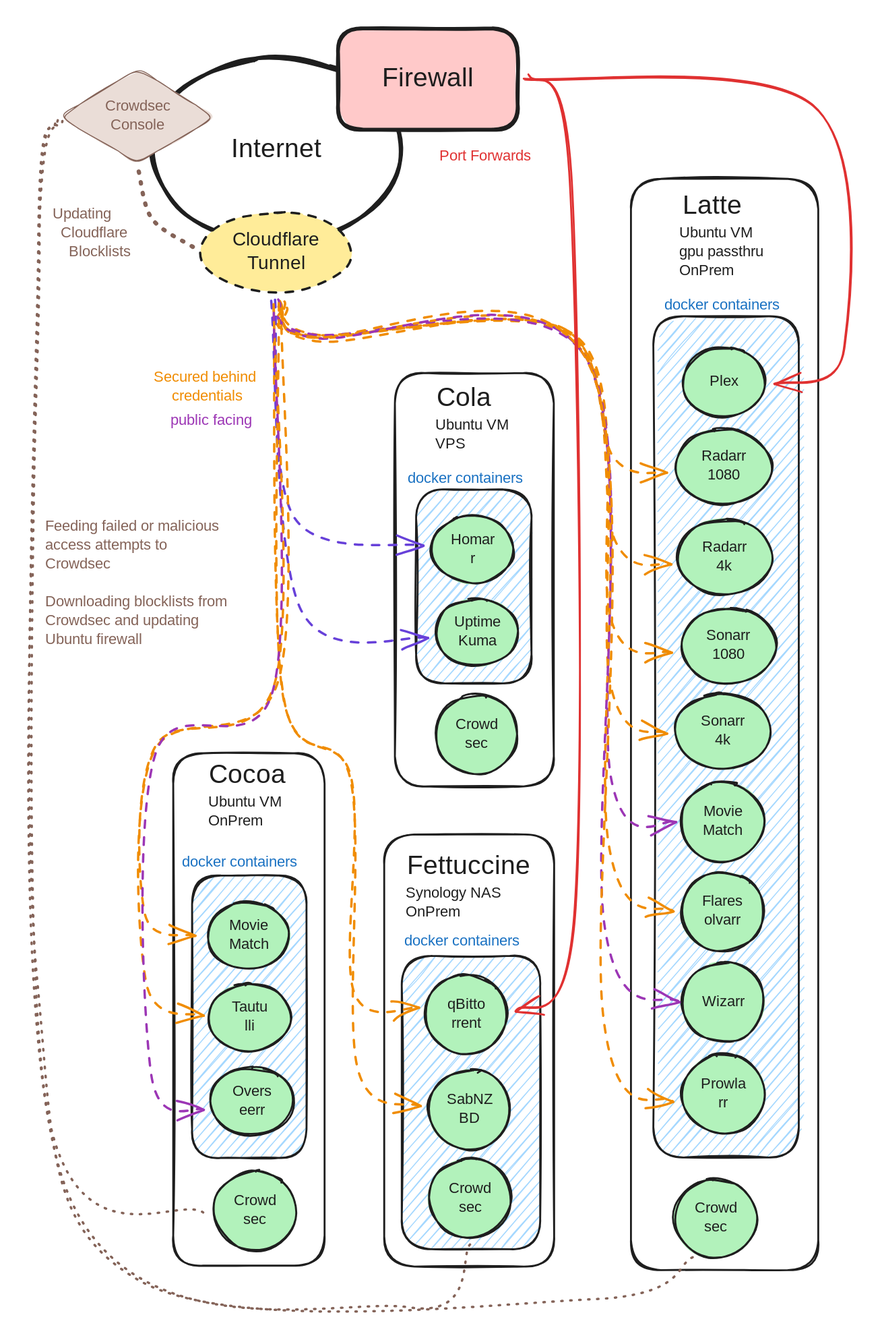
Before: gitbook/internal/.gitbook/assets/file.excalidraw (1).svg, a diagram exported from Excalidraw (trentnbauer/agg). Source tidied: one line per element, renumbered; positions are measured from the earlier drawing's top-left corner, leaving out a move shared by most shapes.
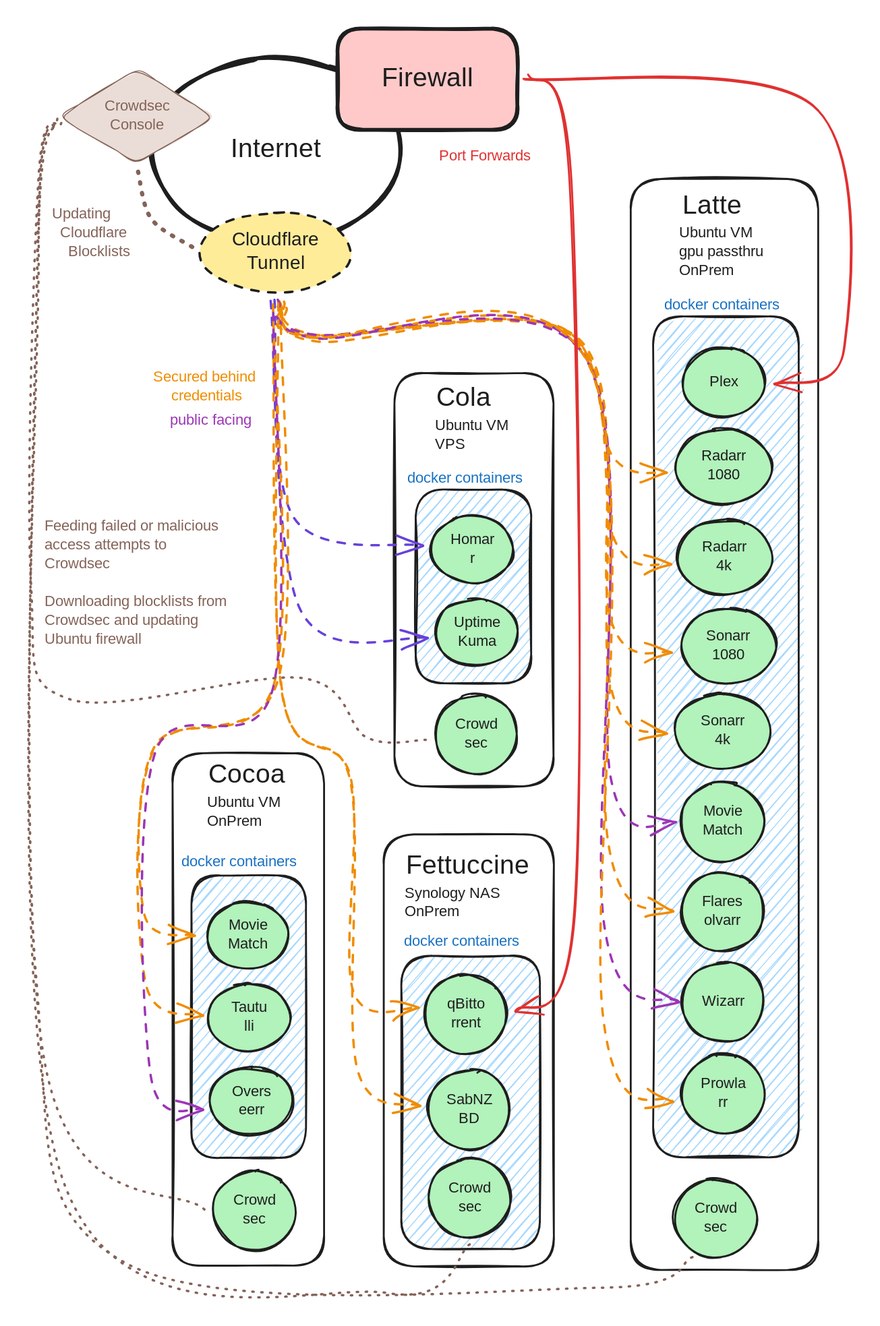
After the commit.

Commit message:
GITBOOK-54: No subject

The edit, as a diff of the source:
```diff
@@ -89,6 +89,7 @@
 {"id": 88, "type": "arrow", "strokeColor": "#9c36b5", "strokeWidth": 2, "strokeStyle": "dashed", "roughness": 1, "endArrowhead": "arrow", "round": true, "from": 10, "to": 54, "x": 252, "y": 301, "width": 132, "height": 845, "points": [[0, 0], [-1, 399], [-126, 468], [-132, 807], [-76, 845]]}
 {"id": 89, "type": "arrow", "strokeColor": "#e03131", "strokeWidth": 2, "roughness": 1, "endArrowhead": "arrow", "round": true, "from": 17, "to": 25, "x": 517, "y": 54, "width": 339, "height": 324, "points": [[0, 0], [307, 27], [339, 287], [265, 324]]}
 {"id": 90, "type": "arrow", "strokeColor": "#e03131", "strokeWidth": 2, "roughness": 1, "endArrowhead": "arrow", "round": true, "from": 17, "to": 23, "x": 521, "y": 51, "width": 65, "height": 992, "points": [[0, 0], [44, 113], [50, 882], [-15, 992]]}
-{"id": 91, "type": "arrow", "strokeColor": "#846358", "strokeWidth": 2, "strokeStyle": "dotted", "roughness": 1, "round": true, "from": 48, "to": 67, "x": 177, "y": 1256, "width": 177, "height": 1155, "points": [[0, 0], [-167, -112], [-177, -1023], [-158, -1155]]}
+{"id": 91, "type": "arrow", "strokeColor": "#846358", "strokeWidth": 2, "strokeStyle": "dotted", "roughness": 1, "round": true, "from": 48, "to": 67, "x": 179, "y": 1253, "width": 179, "height": 1152, "points": [[0, 0], [-171, -160], [-179, -1020], [-160, -1152]]}
-{"id": 92, "type": "arrow", "strokeColor": "#846358", "strokeWidth": 2, "strokeStyle": "dotted", "roughness": 1, "round": true, "from": 72, "to": 67, "x": 458, "y": 1289, "width": 456, "height": 1257, "points": [[0, 0], [-64, 66], [-429, -66], [-456, -1054], [-431, -1191]]}
+{"id": 92, "type": "arrow", "strokeColor": "#846358", "strokeWidth": 2, "strokeStyle": "dotted", "roughness": 1, "round": true, "from": 72, "to": 67, "x": 458, "y": 1289, "width": 456, "height": 1242, "points": [[0, 0], [-86, 51], [-430, -71], [-456, -1054], [-431, -1191]]}
-{"id": 93, "type": "arrow", "strokeColor": "#846358", "strokeWidth": 2, "strokeStyle": "dotted", "roughness": 1, "round": true, "from": 46, "to": 67, "x": 695, "y": 1303, "width": 695, "height": 1253, "points": [[0, 0], [-107, 44], [-588, 22], [-695, -299], [-693, -1074], [-673, -1209]]}
+{"id": 93, "type": "arrow", "strokeColor": "#846358", "strokeWidth": 2, "strokeStyle": "dotted", "roughness": 1, "round": true, "from": 46, "to": 67, "x": 695, "y": 1303, "width": 695, "height": 1241, "points": [[0, 0], [-100, 32], [-601, 4], [-695, -299], [-693, -1074], [-673, -1209]]}
+{"id": 94, "type": "arrow", "strokeColor": "#846358", "strokeWidth": 2, "strokeStyle": "dotted", "roughness": 1, "round": true, "from": 60, "to": 67, "x": 413, "y": 753, "width": 420, "height": 654, "points": [[0, 0], [-64, -1], [-133, -64], [-378, -43], [-420, -168], [-412, -594], [-388, -654]]}
```
